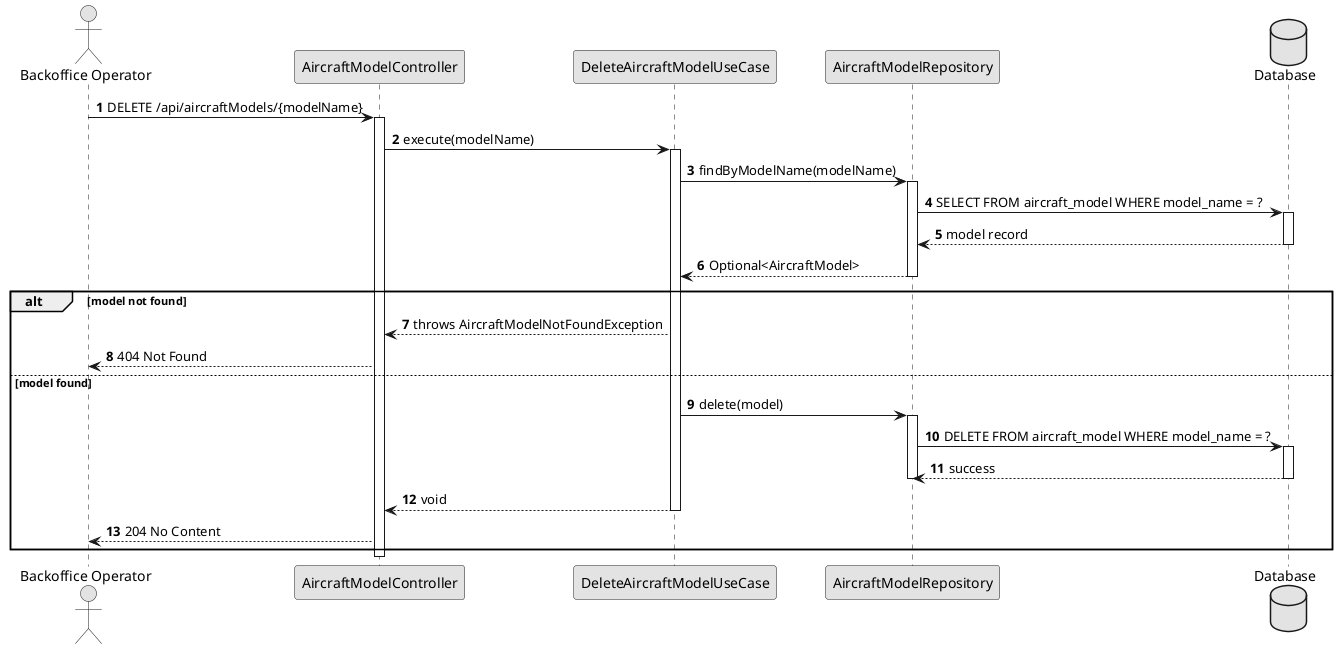
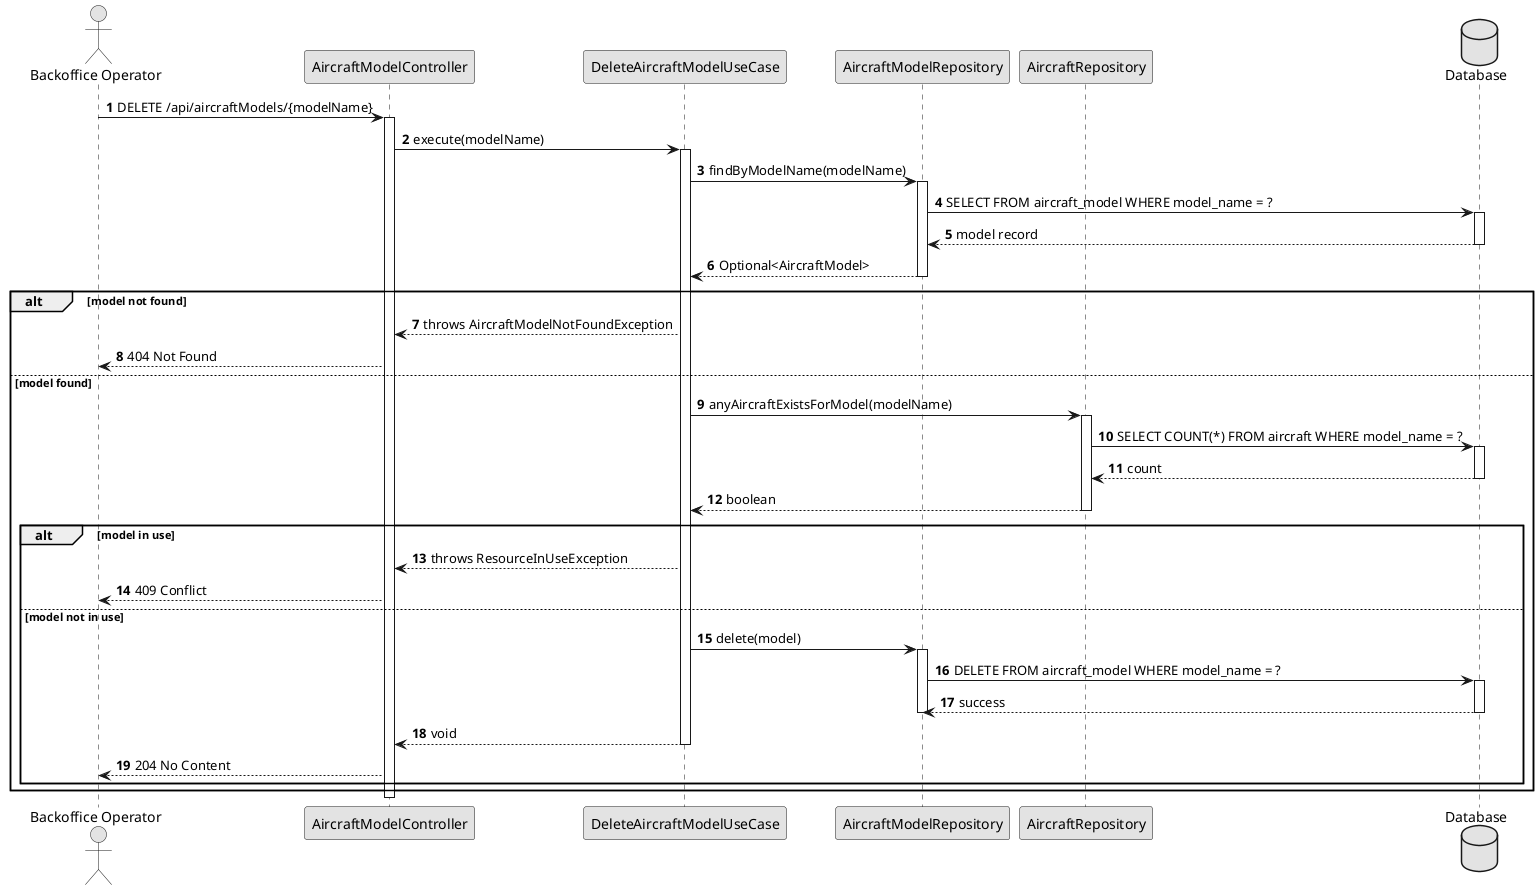
@startuml sd_us109
autonumber
skinparam monochrome true
skinparam packageStyle rect
skinparam shadowing false

actor "Backoffice Operator" as BO
participant "AircraftModelController" as Ctrl
participant "DeleteAircraftModelUseCase" as UC
participant "AircraftModelRepository" as Repo
+ participant "AircraftRepository" as Repo2
database "Database" as DB

BO -> Ctrl : DELETE /api/aircraftModels/{modelName}
activate Ctrl

Ctrl -> UC : execute(modelName)
activate UC

UC -> Repo : findByModelName(modelName)
activate Repo
Repo -> DB : SELECT FROM aircraft_model WHERE model_name = ?
activate DB
DB --> Repo : model record
deactivate DB
Repo --> UC : Optional<AircraftModel>
deactivate Repo

alt model not found
    UC --> Ctrl : throws AircraftModelNotFoundException
    Ctrl --> BO : 404 Not Found
else model found
-     UC -> Repo : delete(model)
-     activate Repo
-     Repo -> DB : DELETE FROM aircraft_model WHERE model_name = ?
+     UC -> Repo2 : anyAircraftExistsForModel(modelName)
+     activate Repo2
+     Repo2 -> DB : SELECT COUNT(*) FROM aircraft WHERE model_name = ?
    activate DB
-     DB --> Repo : success
+     DB --> Repo2 : count
    deactivate DB
-     deactivate Repo
-     UC --> Ctrl : void
-     deactivate UC
-     Ctrl --> BO : 204 No Content
+     Repo2 --> UC : boolean
+     deactivate Repo2
+ 
+     alt model in use
+         UC --> Ctrl : throws ResourceInUseException
+         Ctrl --> BO : 409 Conflict
+     else model not in use
+         UC -> Repo : delete(model)
+         activate Repo
+         Repo -> DB : DELETE FROM aircraft_model WHERE model_name = ?
+         activate DB
+         DB --> Repo : success
+         deactivate DB
+         deactivate Repo
+         UC --> Ctrl : void
+         deactivate UC
+         Ctrl --> BO : 204 No Content
+     end
end

deactivate Ctrl
@enduml
